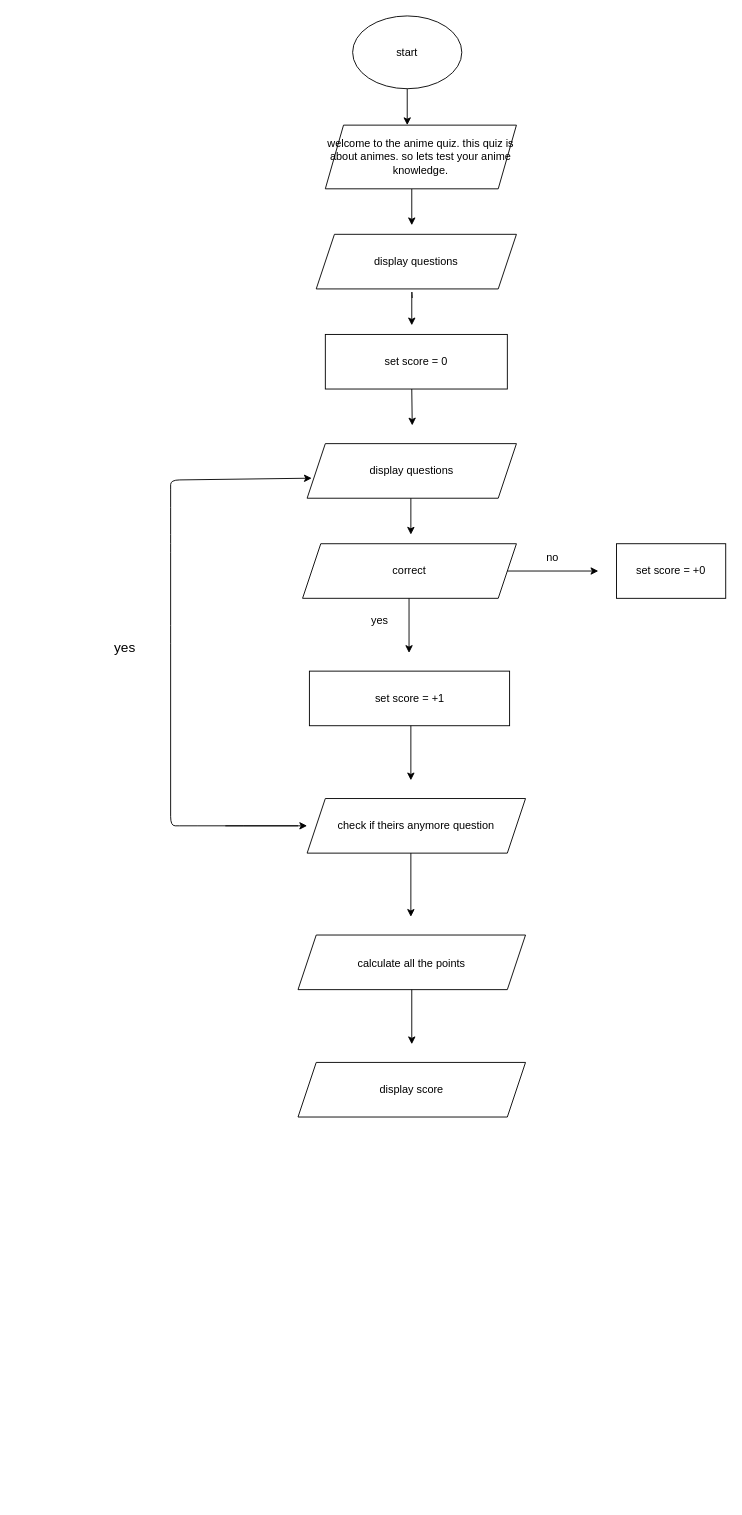
Earlier version of the draw.io diagram flowchart.drawio (ASDAH-Digtal/level-1-python-quiz-brooklyn-hoe). Source tidied: cells renumbered, new cells numbered last; positions are measured from the earlier drawing's top-left corner, leaving out a move shared by most shapes. Both pictures are drawn from the tidied source at 91%, with x=0, y=0 at pixel (88, 15).
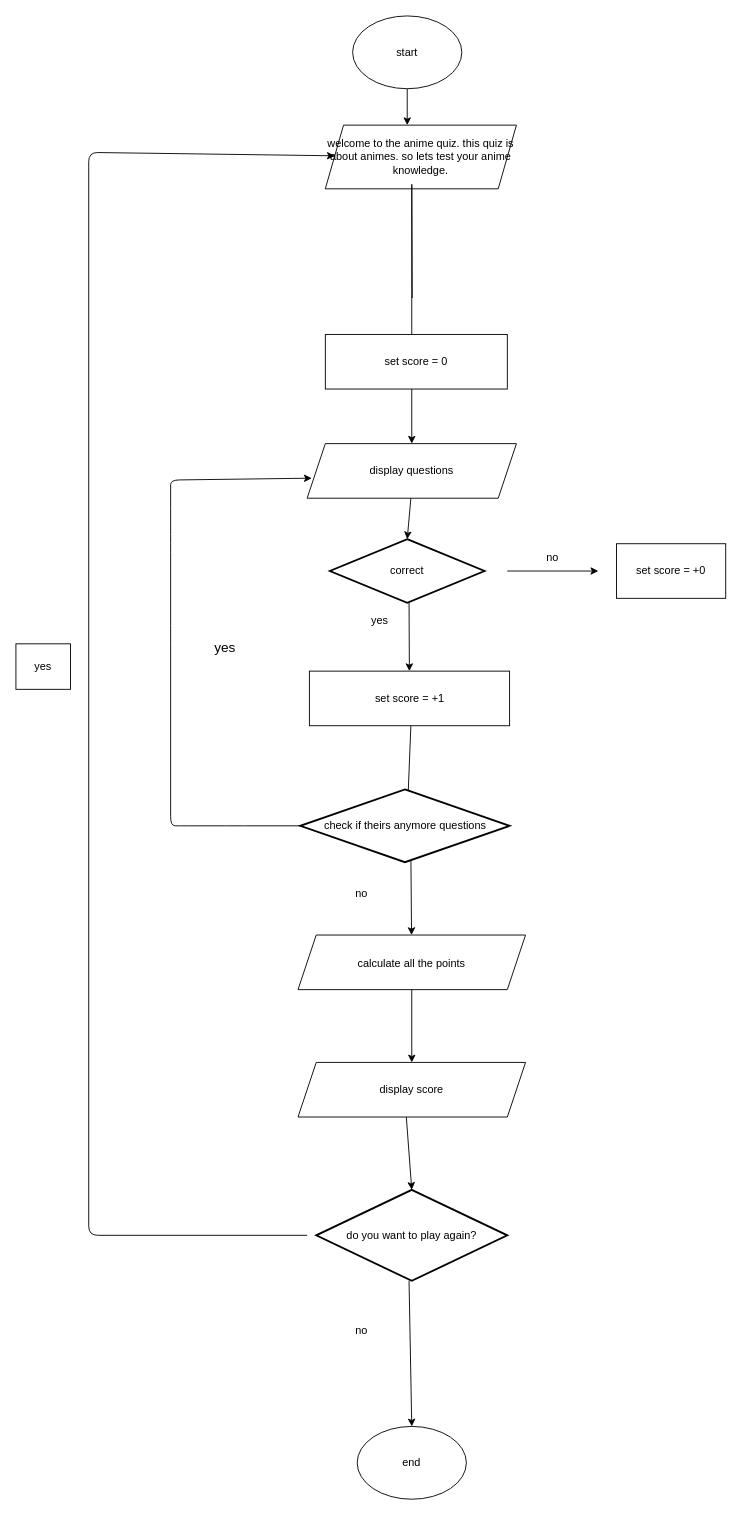
Above is the later version.

Commit message (it also covers changes not shown here):
finished my flow chart

Unchanged cells that the change refers to:
```xml
<mxCell id="4" value="welcome to the anime quiz. this quiz is about animes. so lets test your anime knowledge." style="shape=parallelogram;perimeter=parallelogramPerimeter;whiteSpace=wrap;html=1;fixedSize=1;" parent="1" vertex="1">
  <mxGeometry x="260" y="120" width="210" height="70" as="geometry" />
</mxCell>
<mxCell id="9" value="set score = 0" style="rounded=0;whiteSpace=wrap;html=1;" parent="1" vertex="1">
  <mxGeometry x="260" y="350" width="200" height="60" as="geometry" />
</mxCell>
<mxCell id="10" value="display questions" style="shape=parallelogram;perimeter=parallelogramPerimeter;whiteSpace=wrap;html=1;fixedSize=1;" parent="1" vertex="1">
  <mxGeometry x="240" y="470" width="230" height="60" as="geometry" />
</mxCell>
<mxCell id="17" value="set score = +1" style="rounded=0;whiteSpace=wrap;html=1;" parent="1" vertex="1">
  <mxGeometry x="242.5" y="720" width="220" height="60" as="geometry" />
</mxCell>
<mxCell id="25" value="&lt;font style=&quot;font-size: 12px&quot;&gt;calculate all the points&lt;/font&gt;" style="shape=parallelogram;perimeter=parallelogramPerimeter;whiteSpace=wrap;html=1;fixedSize=1;fontSize=15;" parent="1" vertex="1">
  <mxGeometry x="230" y="1010" width="250" height="60" as="geometry" />
</mxCell>
<mxCell id="27" value="display score" style="shape=parallelogram;perimeter=parallelogramPerimeter;whiteSpace=wrap;html=1;fixedSize=1;fontSize=12;" parent="1" vertex="1">
  <mxGeometry x="230" y="1150" width="250" height="60" as="geometry" />
</mxCell>
```

What changed in the source:
```diff
@@
-    <mxCell id="3" style="edgeStyle=none;html=1;" parent="1" edge="1">
-      <mxGeometry relative="1" as="geometry">
-        <mxPoint x="355" y="190" as="sourcePoint" />
-        <mxPoint x="355" y="230" as="targetPoint" />
-      </mxGeometry>
-    </mxCell>
@@
-    <mxCell id="6" value="display questions" style="shape=parallelogram;perimeter=parallelogramPerimeter;whiteSpace=wrap;html=1;fixedSize=1;" parent="1" vertex="1">
-      <mxGeometry x="250" y="240" width="220" height="60" as="geometry" />
-    </mxCell>
-    <mxCell id="7" style="endArrow=classic;html=1;" parent="1" edge="1">
+    <mxCell id="7" style="endArrow=classic;html=1;entryX=0.475;entryY=0.167;entryDx=0;entryDy=0;entryPerimeter=0;" parent="1" edge="1" target="9">
       <mxGeometry relative="1" as="geometry">
         <mxPoint x="355.5" y="310" as="sourcePoint" />
-        <mxPoint x="355" y="340" as="targetPoint" />
         <Array as="points">
-          <mxPoint x="355" y="300" />
+          <mxPoint x="355" y="180" />
         </Array>
       </mxGeometry>
     </mxCell>
-    <mxCell id="8" style="endArrow=classic;html=1;" parent="1" edge="1">
+    <mxCell id="8" style="endArrow=classic;html=1;entryX=0.5;entryY=0;entryDx=0;entryDy=0;" parent="1" edge="1" target="10">
       <mxGeometry relative="1" as="geometry">
         <mxPoint x="355" y="410" as="sourcePoint" />
-        <mxPoint x="355.5" y="450" as="targetPoint" />
       </mxGeometry>
     </mxCell>
@@
-    <mxCell id="11" value="correct" style="shape=parallelogram;perimeter=parallelogramPerimeter;whiteSpace=wrap;html=1;fixedSize=1;" parent="1" vertex="1">
-      <mxGeometry x="235" y="580" width="235" height="60" as="geometry" />
-    </mxCell>
-    <mxCell id="12" style="endArrow=classic;html=1;" parent="1" edge="1">
+    <mxCell id="12" style="endArrow=classic;html=1;entryX=0.5;entryY=0;entryDx=0;entryDy=0;entryPerimeter=0;" parent="1" edge="1" target="11">
       <mxGeometry relative="1" as="geometry">
         <mxPoint x="354" y="530" as="sourcePoint" />
-        <mxPoint x="354" y="570" as="targetPoint" />
       </mxGeometry>
     </mxCell>
-    <mxCell id="13" style="endArrow=classic;html=1;" parent="1" edge="1" source="11">
+    <mxCell id="13" style="endArrow=classic;html=1;" parent="1" edge="1">
       <mxGeometry relative="1" as="geometry">
+        <mxPoint x="460" y="610" as="sourcePoint" />
         <mxPoint x="560" y="610" as="targetPoint" />
       </mxGeometry>
     </mxCell>
@@
-    <mxCell id="15" style="endArrow=classic;html=1;" parent="1" edge="1">
+    <mxCell id="15" style="endArrow=classic;html=1;" parent="1" edge="1" target="17">
       <mxGeometry relative="1" as="geometry">
         <mxPoint x="352" y="640" as="sourcePoint" />
-        <mxPoint x="352" y="700" as="targetPoint" />
       </mxGeometry>
     </mxCell>
@@
-    <mxCell id="19" style="endArrow=classic;html=1;" parent="1" edge="1">
+    <mxCell id="19" style="endArrow=classic;html=1;entryX=0.511;entryY=0.375;entryDx=0;entryDy=0;entryPerimeter=0;" parent="1" edge="1" target="35">
       <mxGeometry relative="1" as="geometry">
         <mxPoint x="354" y="780" as="sourcePoint" />
-        <mxPoint x="354" y="840" as="targetPoint" />
       </mxGeometry>
     </mxCell>
-    <mxCell id="20" value="check if theirs anymore question" style="shape=parallelogram;perimeter=parallelogramPerimeter;whiteSpace=wrap;html=1;fixedSize=1;" parent="1" vertex="1">
-      <mxGeometry x="240" y="860" width="240" height="60" as="geometry" />
-    </mxCell>
-    <mxCell id="21" style="endArrow=classic;html=1;entryX=0.022;entryY=0.633;entryDx=0;entryDy=0;entryPerimeter=0;" parent="1" edge="1" target="10">
+    <mxCell id="21" style="endArrow=classic;html=1;entryX=0.022;entryY=0.633;entryDx=0;entryDy=0;entryPerimeter=0;exitX=0;exitY=0.5;exitDx=0;exitDy=0;" parent="1" edge="1" target="10">
       <mxGeometry relative="1" as="geometry">
-        <mxPoint x="230" y="890" as="sourcePoint" />
+        <mxPoint x="250" y="890" as="sourcePoint" />
         <Array as="points">
           <mxPoint x="160" y="890" />
           <mxPoint x="110" y="890" />
           <mxPoint x="90" y="890" />
           <mxPoint x="90" y="680" />
           <mxPoint x="90" y="580" />
           <mxPoint x="90" y="530" />
           <mxPoint x="90" y="510" />
         </Array>
       </mxGeometry>
     </mxCell>
     <mxCell id="22" value="&lt;p style=&quot;line-height: 1.5&quot;&gt;&lt;font style=&quot;font-size: 15px&quot;&gt;yes&lt;/font&gt;&lt;/p&gt;" style="text;html=1;strokeColor=none;fillColor=none;align=center;verticalAlign=middle;whiteSpace=wrap;rounded=0;" parent="1" vertex="1">
-      <mxGeometry y="670" width="80" height="50" as="geometry" />
+      <mxGeometry x="110" y="670" width="80" height="50" as="geometry" />
     </mxCell>
-    <mxCell id="23" style="endArrow=classic;html=1;fontSize=15;" parent="1" edge="1">
-      <mxGeometry relative="1" as="geometry">
-        <mxPoint x="150" y="890" as="sourcePoint" />
-        <mxPoint x="240" y="890" as="targetPoint" />
-      </mxGeometry>
-    </mxCell>
-    <mxCell id="24" style="endArrow=classic;html=1;fontSize=15;" parent="1" edge="1">
+    <mxCell id="24" style="endArrow=classic;html=1;fontSize=15;" parent="1" edge="1" target="25">
       <mxGeometry relative="1" as="geometry">
         <mxPoint x="354" y="920" as="sourcePoint" />
-        <mxPoint x="354" y="990" as="targetPoint" />
       </mxGeometry>
     </mxCell>
@@
-    <mxCell id="26" style="endArrow=classic;html=1;fontSize=12;" parent="1" edge="1">
+    <mxCell id="26" style="endArrow=classic;html=1;fontSize=12;entryX=0.5;entryY=0;entryDx=0;entryDy=0;" parent="1" edge="1" target="27">
       <mxGeometry relative="1" as="geometry">
         <mxPoint x="355" y="1070" as="sourcePoint" />
-        <mxPoint x="355" y="1130" as="targetPoint" />
       </mxGeometry>
     </mxCell>
@@
+    <mxCell id="28" value="do you want to play again?" style="strokeWidth=2;html=1;shape=mxgraph.flowchart.decision;whiteSpace=wrap;" parent="1" vertex="1">
+      <mxGeometry x="250" y="1290" width="210" height="100" as="geometry" />
+    </mxCell>
+    <mxCell id="11" value="correct" style="strokeWidth=2;html=1;shape=mxgraph.flowchart.decision;whiteSpace=wrap;" parent="1" vertex="1">
+      <mxGeometry x="265" y="575" width="170" height="70" as="geometry" />
+    </mxCell>
+    <mxCell id="29" style="endArrow=classic;html=1;entryX=0.5;entryY=0;entryDx=0;entryDy=0;entryPerimeter=0;" parent="1" edge="1" target="28">
+      <mxGeometry relative="1" as="geometry">
+        <mxPoint x="349" y="1210" as="sourcePoint" />
+      </mxGeometry>
+    </mxCell>
+    <mxCell id="30" style="endArrow=classic;html=1;" parent="1" edge="1" target="4">
+      <mxGeometry relative="1" as="geometry">
+        <mxPoint x="240" y="1340" as="sourcePoint" />
+        <Array as="points">
+          <mxPoint y="1340" />
+          <mxPoint y="150" />
+        </Array>
+      </mxGeometry>
+    </mxCell>
+    <mxCell id="31" value="yes" style="rounded=0;whiteSpace=wrap;html=1;" parent="1" vertex="1">
+      <mxGeometry x="-80" y="690" width="60" height="50" as="geometry" />
+    </mxCell>
+    <mxCell id="32" style="endArrow=classic;html=1;entryX=0.5;entryY=0;entryDx=0;entryDy=0;" parent="1" edge="1" target="34">
+      <mxGeometry relative="1" as="geometry">
+        <mxPoint x="352" y="1390" as="sourcePoint" />
+      </mxGeometry>
+    </mxCell>
+    <mxCell id="33" value="no" style="text;html=1;strokeColor=none;fillColor=none;align=center;verticalAlign=middle;whiteSpace=wrap;rounded=0;" parent="1" vertex="1">
+      <mxGeometry x="270" y="1430" width="60" height="30" as="geometry" />
+    </mxCell>
+    <mxCell id="34" value="end" style="ellipse;whiteSpace=wrap;html=1;" parent="1" vertex="1">
+      <mxGeometry x="295" y="1550" width="120" height="80" as="geometry" />
+    </mxCell>
+    <mxCell id="35" value="check if theirs anymore questions" style="strokeWidth=2;html=1;shape=mxgraph.flowchart.decision;whiteSpace=wrap;" parent="1" vertex="1">
+      <mxGeometry x="232.5" y="850" width="230" height="80" as="geometry" />
+    </mxCell>
+    <mxCell id="36" value="no" style="text;html=1;strokeColor=none;fillColor=none;align=center;verticalAlign=middle;whiteSpace=wrap;rounded=0;" parent="1" vertex="1">
+      <mxGeometry x="270" y="950" width="60" height="30" as="geometry" />
+    </mxCell>
```
